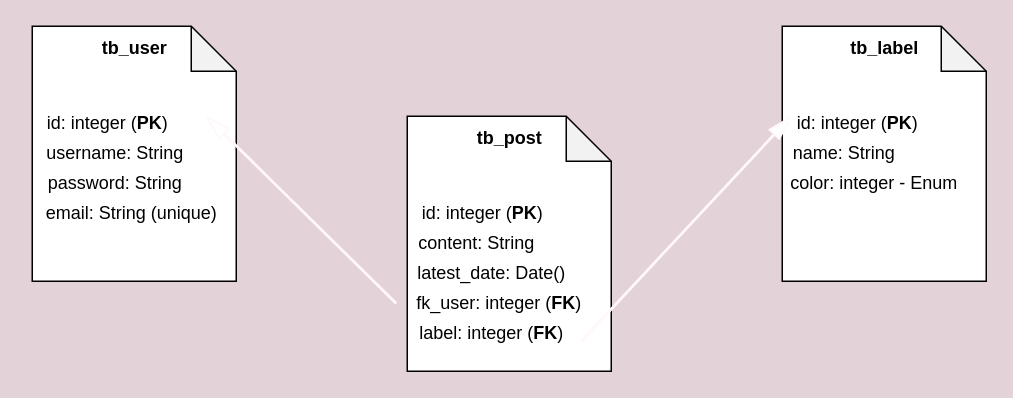
The draw.io diagram Documentation/Drawio/DB_tables/db-tables-sketch.drawio in Lucas-Mol/Journal, before the edit. Source tidied: cells renumbered, new cells numbered last; positions are measured from the earlier drawing's top-left corner, leaving out a move shared by most shapes. Both pictures are drawn from the tidied source at 150%, with x=0, y=0 at pixel (26, 26).
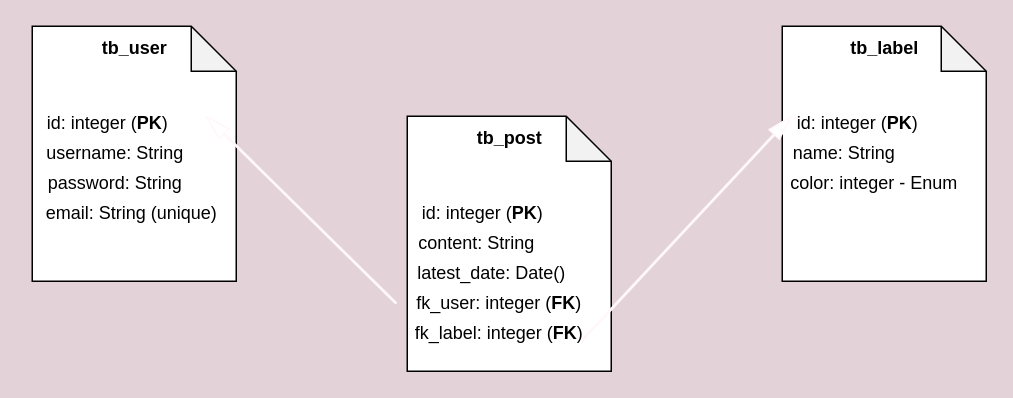
After the change.

Change to the diagram source:
```diff
@@
-    <mxCell id="13" value="label: integer (&lt;b&gt;FK&lt;/b&gt;)" style="text;html=1;align=center;verticalAlign=middle;strokeColor=none;fillColor=none;" parent="1" vertex="1">
-      <mxGeometry x="250" y="190" width="120" height="30" as="geometry" />
+    <mxCell id="13" value="fk_label: integer (&lt;b&gt;FK&lt;/b&gt;)" style="text;html=1;align=center;verticalAlign=middle;strokeColor=none;fillColor=none;" parent="1" vertex="1">
+      <mxGeometry x="245" y="190" width="140" height="30" as="geometry" />
     </mxCell>
```
